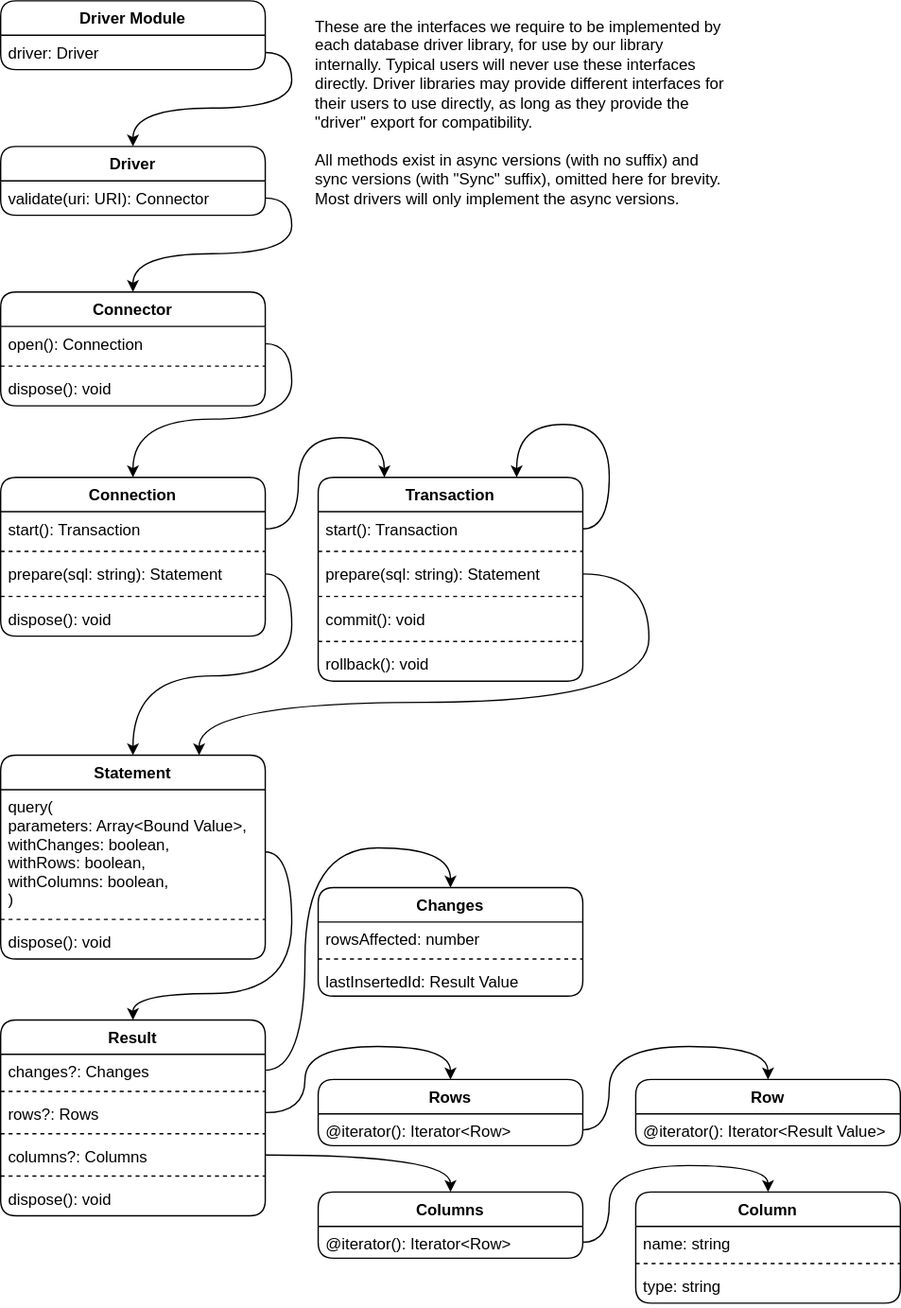
jeremyBanks/database keeps this draw.io diagram as docs/driver.drawio.svg. Above is the earlier version. Source tidied: cells renumbered, new cells last; positions are measured from the earlier drawing's top-left corner, leaving out a move shared by most shapes.
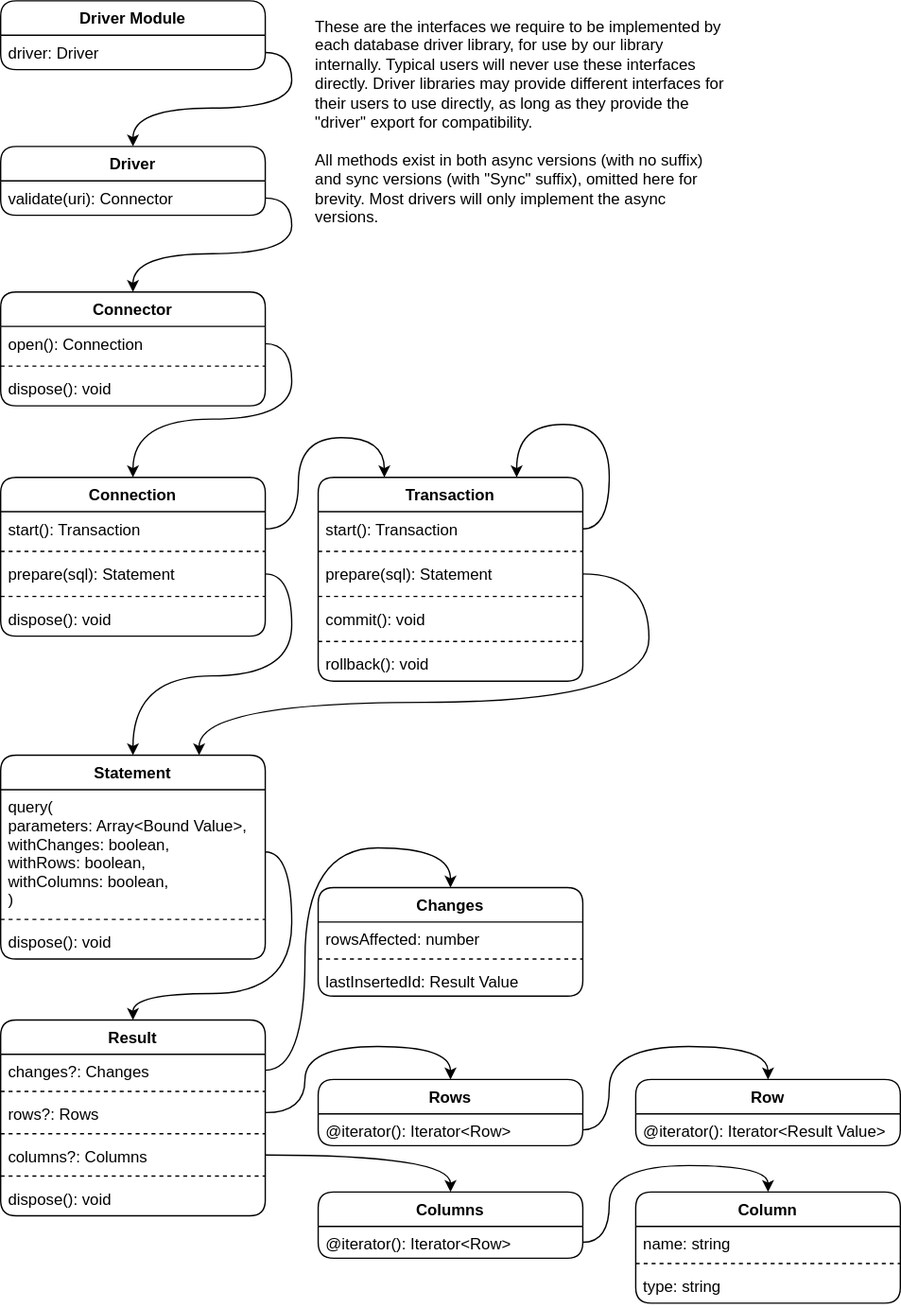
After the change.

Diff of the diagram source:
```diff
@@ -23,7 +23,7 @@
     <mxCell id="8" style="line;strokeWidth=1;fillColor=none;align=left;verticalAlign=middle;spacingTop=-1;spacingLeft=3;spacingRight=3;labelPosition=right;dashed=1;" parent="6" vertex="1">
       <mxGeometry y="52" width="200" height="8" as="geometry" />
     </mxCell>
-    <mxCell id="9" value="prepare(sql: string): Statement" style="text;strokeColor=none;fillColor=none;align=left;verticalAlign=top;spacingLeft=4;spacingRight=4;overflow=hidden;points=[[0,0.5],[1,0.5]];portConstraint=eastwest;" parent="6" vertex="1">
+    <mxCell id="9" value="prepare(sql): Statement" style="text;strokeColor=none;fillColor=none;align=left;verticalAlign=top;spacingLeft=4;spacingRight=4;overflow=hidden;points=[[0,0.5],[1,0.5]];portConstraint=eastwest;" parent="6" vertex="1">
       <mxGeometry y="60" width="200" height="26" as="geometry" />
     </mxCell>
     <mxCell id="10" style="line;strokeWidth=1;fillColor=none;align=left;verticalAlign=middle;spacingTop=-1;spacingLeft=3;spacingRight=3;labelPosition=right;dashed=1;" parent="6" vertex="1">
@@ -53,7 +53,7 @@
     <mxCell id="16" style="line;strokeWidth=1;fillColor=none;align=left;verticalAlign=middle;spacingTop=-1;spacingLeft=3;spacingRight=3;labelPosition=right;dashed=1;" parent="13" vertex="1">
       <mxGeometry y="52" width="200" height="8" as="geometry" />
     </mxCell>
-    <mxCell id="17" value="prepare(sql: string): Statement" style="text;strokeColor=none;fillColor=none;align=left;verticalAlign=top;spacingLeft=4;spacingRight=4;overflow=hidden;points=[[0,0.5],[1,0.5]];portConstraint=eastwest;" parent="13" vertex="1">
+    <mxCell id="17" value="prepare(sql): Statement" style="text;strokeColor=none;fillColor=none;align=left;verticalAlign=top;spacingLeft=4;spacingRight=4;overflow=hidden;points=[[0,0.5],[1,0.5]];portConstraint=eastwest;" parent="13" vertex="1">
       <mxGeometry y="60" width="200" height="26" as="geometry" />
     </mxCell>
     <mxCell id="18" style="line;strokeWidth=1;fillColor=none;align=left;verticalAlign=middle;spacingTop=-1;spacingLeft=3;spacingRight=3;labelPosition=right;dashed=1;" parent="13" vertex="1">
@@ -215,13 +215,13 @@
     <mxCell id="56" style="edgeStyle=orthogonalEdgeStyle;curved=1;rounded=0;jumpStyle=arc;jettySize=auto;html=1;exitX=1;exitY=0.5;exitDx=0;exitDy=0;entryX=0.5;entryY=0;entryDx=0;entryDy=0;" parent="1" edge="1" source="50" target="52">
       <mxGeometry relative="1" as="geometry" />
     </mxCell>
-    <mxCell id="57" value="These are the interfaces we require to be implemented by each database driver library, for use by our library internally. Typical users will never use these interfaces directly. Driver libraries may provide different interfaces for their users to use directly, as long as they provide the &quot;driver&quot; export for compatibility.&lt;br&gt;&lt;br&gt;All methods exist in async versions (with no suffix) and sync versions (with &quot;Sync&quot; suffix), omitted here for brevity. Most drivers will only implement the async versions." style="rounded=0;whiteSpace=wrap;html=1;align=left;spacingLeft=0;spacingBottom=0;spacingRight=0;spacingTop=0;spacing=8;strokeColor=none;verticalAlign=top;" parent="1" vertex="1">
+    <mxCell id="57" value="These are the interfaces we require to be implemented by each database driver library, for use by our library internally. Typical users will never use these interfaces directly. Driver libraries may provide different interfaces for their users to use directly, as long as they provide the &quot;driver&quot; export for compatibility.&lt;br&gt;&lt;br&gt;All methods exist in both async versions (with no suffix) and sync versions (with &quot;Sync&quot; suffix), omitted here for brevity. Most drivers will only implement the async versions." style="rounded=0;whiteSpace=wrap;html=1;align=left;spacingLeft=0;spacingBottom=0;spacingRight=0;spacingTop=0;spacing=8;strokeColor=none;verticalAlign=top;" parent="1" vertex="1">
       <mxGeometry x="230" width="330" height="250" as="geometry" />
     </mxCell>
     <mxCell id="58" value="Driver" style="swimlane;fontStyle=1;align=center;verticalAlign=top;horizontal=1;startSize=26;sketch=0;fillColor=#FFFFFF;swimlaneLine=1;shadow=0;rounded=1;" parent="1" vertex="1">
       <mxGeometry y="110" width="200" height="52" as="geometry" />
     </mxCell>
-    <mxCell id="59" value="validate(uri: URI): Connector" style="text;strokeColor=none;fillColor=none;align=left;verticalAlign=top;spacingLeft=4;spacingRight=4;overflow=hidden;points=[[0,0.5],[1,0.5]];portConstraint=eastwest;" parent="58" vertex="1">
+    <mxCell id="59" value="validate(uri): Connector" style="text;strokeColor=none;fillColor=none;align=left;verticalAlign=top;spacingLeft=4;spacingRight=4;overflow=hidden;points=[[0,0.5],[1,0.5]];portConstraint=eastwest;" parent="58" vertex="1">
       <mxGeometry y="26" width="200" height="26" as="geometry" />
     </mxCell>
     <mxCell id="60" style="edgeStyle=orthogonalEdgeStyle;jettySize=auto;html=1;exitX=1;exitY=0.5;exitDx=0;exitDy=0;fontFamily=Helvetica;curved=1;" parent="1" edge="1" source="59" target="2">
```
